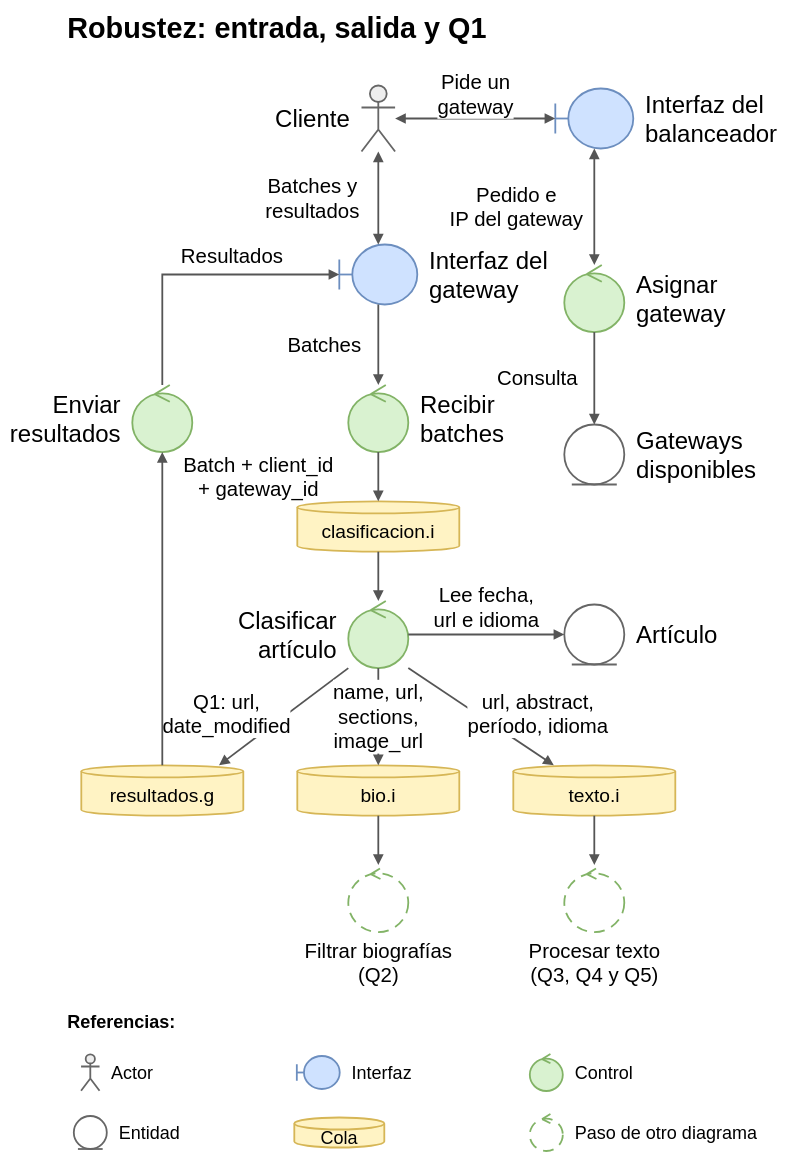
Above: page "Robustez - Entrada, salida y Q1" (1 of 4) of docs/robustez.drawio in Cristobal710/tp-final-distribuidos (draw.io), before the change. Source tidied: cells renumbered, new cells numbered last; positions are measured from the earlier drawing's top-left corner, leaving out a move shared by most shapes. Both pictures are drawn from the tidied source at 60%, with x=0, y=0 at pixel (66, 10).
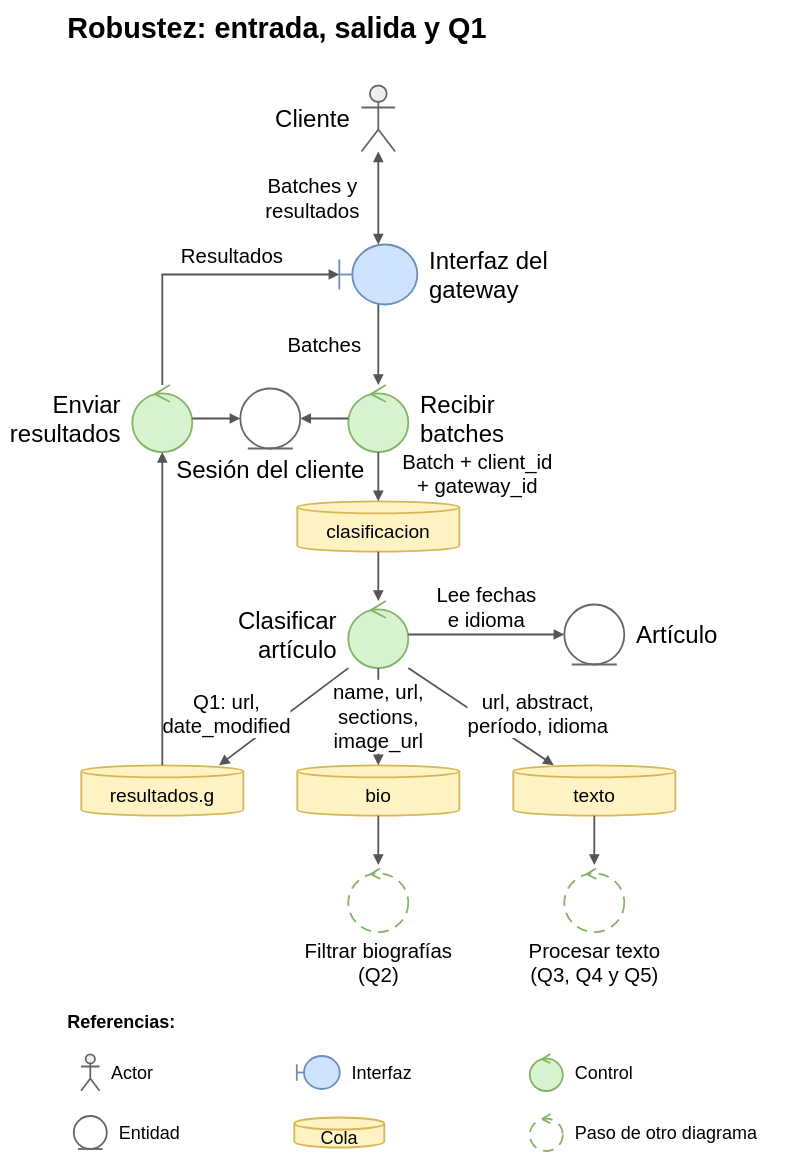
The same page after the edit.

Unchanged cells that the change refers to:
```xml
<mxCell id="3" value="Cliente" style="shape=umlActor;outlineConnect=0;fillColor=#eeeeee;strokeColor=#666666;verticalLabelPosition=middle;verticalAlign=middle;labelPosition=left;align=right;spacingRight=18;html=1;whiteSpace=nowrap;strokeWidth=3;fontFamily=Calibri;fontSize=40;" parent="1" vertex="1">
  <mxGeometry x="492" y="125" width="56" height="110" as="geometry" />
</mxCell>
<mxCell id="8" value="Recibir&lt;br&gt;batches" style="shape=umlControl;fillColor=#d9f2d0;strokeColor=#82b366;verticalLabelPosition=middle;verticalAlign=middle;labelPosition=right;align=left;spacingLeft=18;html=1;whiteSpace=nowrap;strokeWidth=3;fontFamily=Calibri;fontSize=40;" parent="1" vertex="1">
  <mxGeometry x="470" y="624" width="100" height="112" as="geometry" />
</mxCell>
<mxCell id="10" value="Clasificar&lt;br&gt;artículo" style="shape=umlControl;fillColor=#d9f2d0;strokeColor=#82b366;verticalLabelPosition=middle;verticalAlign=middle;labelPosition=left;align=right;spacingRight=18;html=1;whiteSpace=nowrap;strokeWidth=3;fontFamily=Calibri;fontSize=40;" parent="1" vertex="1">
  <mxGeometry x="470" y="984" width="100" height="112" as="geometry" />
</mxCell>
<mxCell id="11" value="Artículo" style="shape=umlEntity;fillColor=#ffffff;strokeColor=#666666;verticalLabelPosition=middle;verticalAlign=middle;labelPosition=right;align=left;spacingLeft=18;html=1;whiteSpace=nowrap;strokeWidth=3;fontFamily=Calibri;fontSize=40;" parent="1" vertex="1">
  <mxGeometry x="830" y="990" width="100" height="100" as="geometry" />
</mxCell>
<mxCell id="12" value="Enviar&lt;br&gt;resultados" style="shape=umlControl;fillColor=#d9f2d0;strokeColor=#82b366;verticalLabelPosition=middle;verticalAlign=middle;labelPosition=left;align=right;spacingRight=18;html=1;whiteSpace=nowrap;strokeWidth=3;fontFamily=Calibri;fontSize=40;" parent="1" vertex="1">
  <mxGeometry x="110" y="624" width="100" height="112" as="geometry" />
</mxCell>
```

Diff of the diagram source:
```diff
@@
-    <mxCell id="4" value="Interfaz del&lt;br&gt;balanceador" style="shape=umlBoundary;fillColor=#cfe2ff;strokeColor=#6c8ebf;verticalLabelPosition=middle;verticalAlign=middle;labelPosition=right;align=left;spacingLeft=18;html=1;whiteSpace=nowrap;strokeWidth=3;fontFamily=Calibri;fontSize=40;" parent="1" vertex="1">
-      <mxGeometry x="815" y="130" width="130" height="100" as="geometry" />
-    </mxCell>
-    <mxCell id="5" value="Asignar&lt;br&gt;gateway" style="shape=umlControl;fillColor=#d9f2d0;strokeColor=#82b366;verticalLabelPosition=middle;verticalAlign=middle;labelPosition=right;align=left;spacingLeft=18;html=1;whiteSpace=nowrap;strokeWidth=3;fontFamily=Calibri;fontSize=40;" parent="1" vertex="1">
-      <mxGeometry x="830" y="424" width="100" height="112" as="geometry" />
-    </mxCell>
-    <mxCell id="6" value="Gateways&lt;br&gt;disponibles" style="shape=umlEntity;fillColor=#ffffff;strokeColor=#666666;verticalLabelPosition=middle;verticalAlign=middle;labelPosition=right;align=left;spacingLeft=18;html=1;whiteSpace=nowrap;strokeWidth=3;fontFamily=Calibri;fontSize=40;" parent="1" vertex="1">
-      <mxGeometry x="830" y="690" width="100" height="100" as="geometry" />
-    </mxCell>
@@
-    <mxCell id="9" value="clasificacion.i" style="shape=cylinder3;boundedLbl=1;size=10;whiteSpace=wrap;html=1;fillColor=#fff3c4;strokeColor=#d6b656;strokeWidth=3;fontFamily=Calibri;fontSize=32;" parent="1" vertex="1">
+    <mxCell id="9" value="clasificacion" style="shape=cylinder3;boundedLbl=1;size=10;whiteSpace=wrap;html=1;fillColor=#fff3c4;strokeColor=#d6b656;strokeWidth=3;fontFamily=Calibri;fontSize=32;" parent="1" vertex="1">
       <mxGeometry x="385" y="818" width="270" height="84" as="geometry" />
     </mxCell>
@@
-    <mxCell id="14" value="bio.i" style="shape=cylinder3;boundedLbl=1;size=10;whiteSpace=wrap;html=1;fillColor=#fff3c4;strokeColor=#d6b656;strokeWidth=3;fontFamily=Calibri;fontSize=32;" parent="1" vertex="1">
+    <mxCell id="14" value="bio" style="shape=cylinder3;boundedLbl=1;size=10;whiteSpace=wrap;html=1;fillColor=#fff3c4;strokeColor=#d6b656;strokeWidth=3;fontFamily=Calibri;fontSize=32;" parent="1" vertex="1">
       <mxGeometry x="385" y="1258" width="270" height="84" as="geometry" />
     </mxCell>
-    <mxCell id="15" value="texto.i" style="shape=cylinder3;boundedLbl=1;size=10;whiteSpace=wrap;html=1;fillColor=#fff3c4;strokeColor=#d6b656;strokeWidth=3;fontFamily=Calibri;fontSize=32;" parent="1" vertex="1">
+    <mxCell id="15" value="texto" style="shape=cylinder3;boundedLbl=1;size=10;whiteSpace=wrap;html=1;fillColor=#fff3c4;strokeColor=#d6b656;strokeWidth=3;fontFamily=Calibri;fontSize=32;" parent="1" vertex="1">
       <mxGeometry x="745" y="1258" width="270" height="84" as="geometry" />
     </mxCell>
@@
-    <mxCell id="18" value="Pide un&lt;br&gt;gateway" style="endArrow=block;endFill=1;endSize=10;html=1;rounded=0;strokeColor=#555555;strokeWidth=3;labelBackgroundColor=#ffffff;fontFamily=Calibri;fontSize=34;startArrow=block;startFill=1;startSize=10;exitX=1;exitY=0.5;exitDx=0;exitDy=0;entryX=0;entryY=0.5;entryDx=0;entryDy=0;" parent="1" edge="1" source="3" target="4">
-      <mxGeometry relative="1" as="geometry">
-        <mxPoint y="-40" as="offset" />
-      </mxGeometry>
-    </mxCell>
-    <mxCell id="19" value="Pedido e&lt;br&gt;IP del gateway" style="endArrow=block;endFill=1;endSize=10;html=1;rounded=0;strokeColor=#555555;strokeWidth=3;labelBackgroundColor=#ffffff;fontFamily=Calibri;fontSize=34;startArrow=block;startFill=1;startSize=10;exitX=0.5;exitY=1;exitDx=0;exitDy=0;entryX=0.5;entryY=0;entryDx=0;entryDy=0;" parent="1" edge="1" source="4" target="5">
-      <mxGeometry relative="1" as="geometry">
-        <mxPoint x="-130" as="offset" />
-      </mxGeometry>
-    </mxCell>
-    <mxCell id="20" value="Consulta" style="endArrow=block;endFill=1;endSize=10;html=1;rounded=0;strokeColor=#555555;strokeWidth=3;labelBackgroundColor=#ffffff;fontFamily=Calibri;fontSize=34;exitX=0.5;exitY=1;exitDx=0;exitDy=0;entryX=0.5;entryY=0;entryDx=0;entryDy=0;" parent="1" edge="1" source="5" target="6">
-      <mxGeometry relative="1" as="geometry">
-        <mxPoint x="-95" as="offset" />
-      </mxGeometry>
-    </mxCell>
+    <mxCell id="40" value="Sesión del cliente" style="shape=umlEntity;fillColor=#ffffff;strokeColor=#666666;verticalLabelPosition=bottom;verticalAlign=top;labelPosition=center;align=center;spacingTop=4;html=1;whiteSpace=nowrap;strokeWidth=3;fontFamily=Calibri;fontSize=40;" parent="1" vertex="1">
+      <mxGeometry x="290" y="630" width="100" height="100" as="geometry" />
+    </mxCell>
+    <mxCell id="41" style="endArrow=block;endFill=1;endSize=10;html=1;rounded=0;strokeColor=#555555;strokeWidth=3;labelBackgroundColor=#ffffff;fontFamily=Calibri;fontSize=34;exitX=0;exitY=0.5;exitDx=0;exitDy=0;entryX=1;entryY=0.5;entryDx=0;entryDy=0;" parent="1" edge="1" source="8" target="40">
+      <mxGeometry relative="1" as="geometry" />
+    </mxCell>
+    <mxCell id="42" style="endArrow=block;endFill=1;endSize=10;html=1;rounded=0;strokeColor=#555555;strokeWidth=3;labelBackgroundColor=#ffffff;fontFamily=Calibri;fontSize=34;exitX=1;exitY=0.5;exitDx=0;exitDy=0;entryX=0;entryY=0.5;entryDx=0;entryDy=0;" parent="1" edge="1" source="12" target="40">
+      <mxGeometry relative="1" as="geometry" />
+    </mxCell>
@@
     <mxCell id="23" value="Batch + client_id&lt;br&gt;+ gateway_id" style="endArrow=block;endFill=1;endSize=10;html=1;rounded=0;strokeColor=#555555;strokeWidth=3;labelBackgroundColor=#ffffff;fontFamily=Calibri;fontSize=34;exitX=0.5;exitY=1;exitDx=0;exitDy=0;entryX=0.5;entryY=0;entryDx=0;entryDy=0;" parent="1" edge="1" source="8" target="9">
       <mxGeometry relative="1" as="geometry">
-        <mxPoint x="-200" as="offset" />
+        <mxPoint x="165" y="-5" as="offset" />
       </mxGeometry>
     </mxCell>
@@
-    <mxCell id="25" value="Lee fecha,&lt;br&gt;url e idioma" style="endArrow=block;endFill=1;endSize=10;html=1;rounded=0;strokeColor=#555555;strokeWidth=3;labelBackgroundColor=#ffffff;fontFamily=Calibri;fontSize=34;exitX=1;exitY=0.5;exitDx=0;exitDy=0;entryX=0;entryY=0.5;entryDx=0;entryDy=0;" parent="1" edge="1" source="10" target="11">
+    <mxCell id="25" value="Lee fechas&lt;br&gt;e idioma" style="endArrow=block;endFill=1;endSize=10;html=1;rounded=0;strokeColor=#555555;strokeWidth=3;labelBackgroundColor=#ffffff;fontFamily=Calibri;fontSize=34;exitX=1;exitY=0.5;exitDx=0;exitDy=0;entryX=0;entryY=0.5;entryDx=0;entryDy=0;" parent="1" edge="1" source="10" target="11">
       <mxGeometry relative="1" as="geometry">
         <mxPoint y="-45" as="offset" />
       </mxGeometry>
     </mxCell>
```
